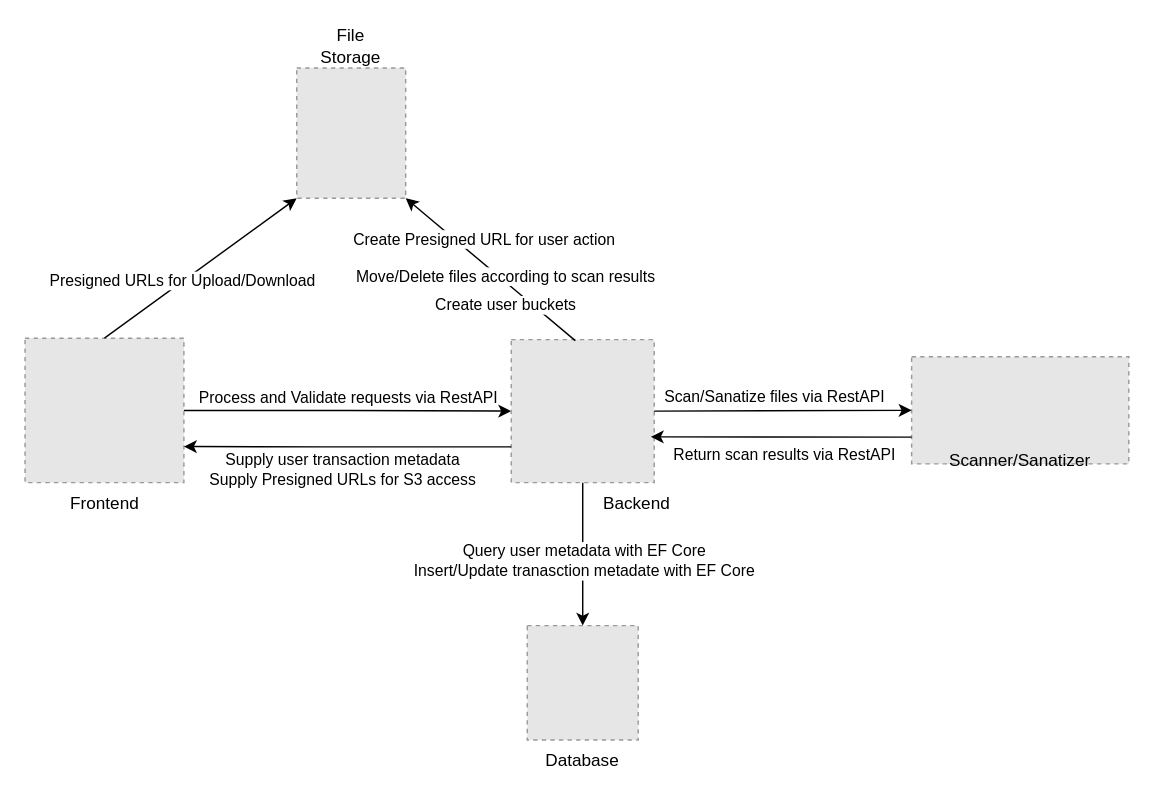
Before: Architecture/Yorha General Architecture.drawio in choda20/YoRHa, a draw.io diagram. Source tidied: cells renumbered, new cells numbered last; positions are measured from the earlier drawing's top-left corner, leaving out a move shared by most shapes. Both pictures are drawn from the tidied source at 143%, with x=0, y=0 at pixel (24, 24). Pictures stored in the file or linked from it are replaced by grey dashed boxes.
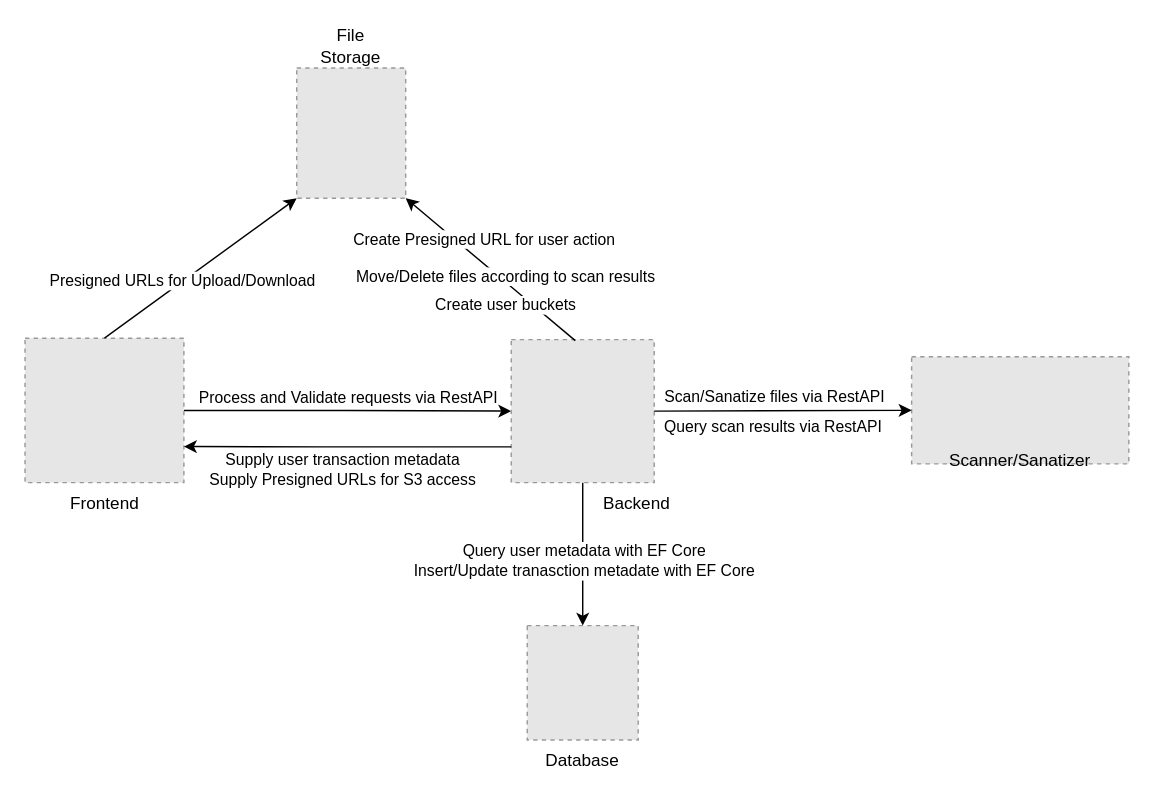
Above is the later version.

Commit message (it also covers changes not shown here):
fix(General Architecture): fixed Backend and VirusTotal connection since VT does not have callback option

The change refers to these unchanged cells:
```xml
<mxCell id="7" style="fillColor=#E6E6E6;strokeColor=#999999;dashed=1;verticalLabelPosition=bottom;labelBackgroundColor=default;verticalAlign=top;" parent="1" vertex="1">
  <mxGeometry x="340" y="220" width="100" height="100" as="geometry" />
</mxCell>
<mxCell id="12" style="fillColor=#E6E6E6;strokeColor=#999999;dashed=1;verticalLabelPosition=bottom;labelBackgroundColor=default;verticalAlign=top;" parent="1" vertex="1">
  <mxGeometry x="620" y="232" width="151.9" height="74.9" as="geometry" />
</mxCell>
```

What changed in the source:
```diff
@@
-    <mxCell id="25" style="endArrow=classic;html=1;rounded=0;entryX=0.976;entryY=0.68;entryDx=0;entryDy=0;exitX=0;exitY=0.75;exitDx=0;exitDy=0;entryPerimeter=0;" parent="1" edge="1" source="12" target="7">
-      <mxGeometry relative="1" as="geometry" />
-    </mxCell>
-    <mxCell id="26" value="Return scan results via RestAPI" style="edgeLabel;html=1;align=center;verticalAlign=middle;" parent="1" vertex="1">
-      <mxGeometry x="530" y="300" as="geometry" />
+    <mxCell id="26" value="Query scan results via RestAPI" style="edgeLabel;html=1;align=center;verticalAlign=middle;" parent="1" vertex="1">
+      <mxGeometry x="522" y="280" as="geometry" />
     </mxCell>
```
